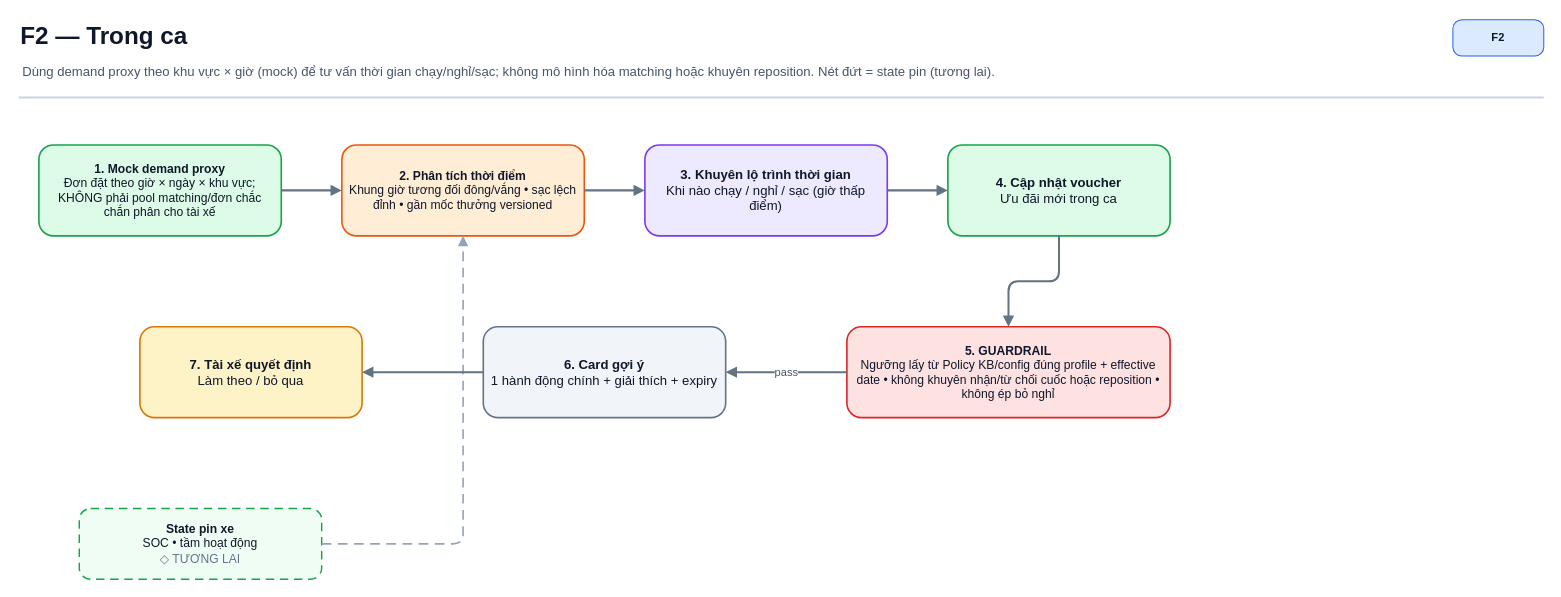
The draw.io diagram page "F2 — Trong ca" (6 of 8) of flow image/GSM_Driver_Income_AI_Agentv2.drawio in Itvc0110/GSM-Driver-Agent, before the edit. Source tidied: cells renumbered, new cells numbered last; positions are measured from the earlier drawing's top-left corner, leaving out a move shared by most shapes. Both pictures are drawn from the tidied source at 101%, with x=0, y=0 at pixel (18, 17).
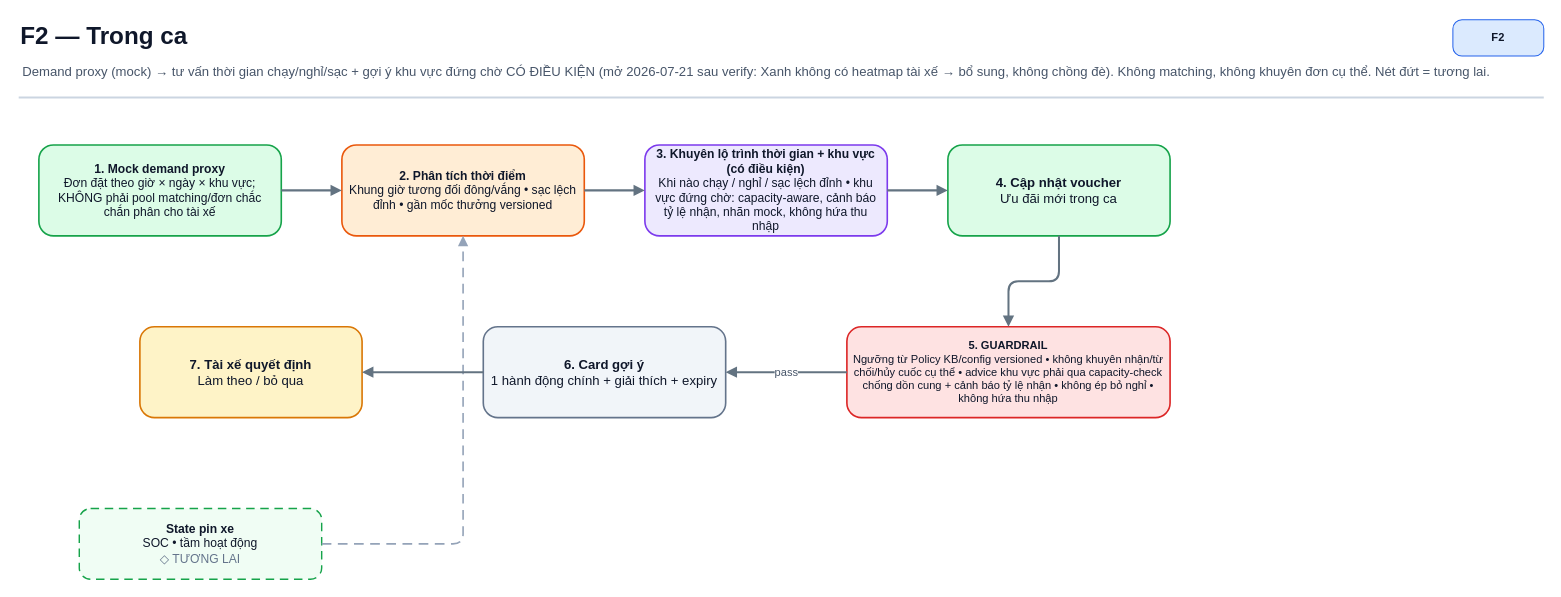
The same page after the edit.

What changed in the source:
```diff
@@
-    <mxCell id="3" value="Dùng demand proxy theo khu vực × giờ (mock) để tư vấn thời gian chạy/nghỉ/sạc; không mô hình hóa matching hoặc khuyên reposition. Nét đứt = state pin (tương lai)." style="text;html=1;align=left;verticalAlign=middle;whiteSpace=wrap;fontSize=13;fontColor=#475569;" parent="1" vertex="1">
-      <mxGeometry x="2" y="40" width="1340" height="26" as="geometry" />
+    <mxCell id="3" value="Demand proxy (mock) → tư vấn thời gian chạy/nghỉ/sạc + gợi ý khu vực đứng chờ CÓ ĐIỀU KIỆN (mở 2026-07-21 sau verify: Xanh không có heatmap tài xế → bổ sung, không chồng đè). Không matching, không khuyên đơn cụ thể. Nét đứt = tương lai." style="text;html=1;align=left;verticalAlign=middle;whiteSpace=wrap;fontSize=13;fontColor=#475569;" parent="1" vertex="1">
+      <mxGeometry x="2" y="40" width="1500" height="26" as="geometry" />
     </mxCell>
@@
-    <mxCell id="9" value="&lt;b&gt;3. Khuyên lộ trình thời gian&lt;/b&gt;&lt;br&gt;Khi nào chạy / nghỉ / sạc (giờ thấp điểm)" style="rounded=1;whiteSpace=wrap;html=1;align=center;verticalAlign=middle;fillColor=#EDE9FE;strokeColor=#7C3AED;strokeWidth=1.6;fontSize=13;fontColor=#0F172A;arcSize=16;spacing=6;" parent="1" vertex="1">
+    <mxCell id="9" value="&lt;b&gt;3. Khuyên lộ trình thời gian + khu vực (có điều kiện)&lt;/b&gt;&lt;br&gt;Khi nào chạy / nghỉ / sạc lệch đỉnh • khu vực đứng chờ: capacity-aware, cảnh báo tỷ lệ nhận, nhãn mock, không hứa thu nhập" style="rounded=1;whiteSpace=wrap;html=1;align=center;verticalAlign=middle;fillColor=#EDE9FE;strokeColor=#7C3AED;strokeWidth=1.6;fontSize=12;fontColor=#0F172A;arcSize=16;spacing=6;" parent="1" vertex="1">
       <mxGeometry x="620" y="126" width="240" height="90" as="geometry" />
     </mxCell>
@@
-    <mxCell id="11" value="&lt;b&gt;5. GUARDRAIL&lt;/b&gt;&lt;br&gt;Ngưỡng lấy từ Policy KB/config đúng profile + effective date • không khuyên nhận/từ chối cuốc hoặc reposition • không ép bỏ nghỉ" style="rounded=1;whiteSpace=wrap;html=1;align=center;verticalAlign=middle;fillColor=#FEE2E2;strokeColor=#DC2626;strokeWidth=1.6;fontSize=12;fontColor=#0F172A;arcSize=16;spacing=6;" parent="1" vertex="1">
+    <mxCell id="11" value="&lt;b&gt;5. GUARDRAIL&lt;/b&gt;&lt;br&gt;Ngưỡng từ Policy KB/config versioned • không khuyên nhận/từ chối/hủy cuốc cụ thể • advice khu vực phải qua capacity-check chống dồn cung + cảnh báo tỷ lệ nhận • không ép bỏ nghỉ • không hứa thu nhập" style="rounded=1;whiteSpace=wrap;html=1;align=center;verticalAlign=middle;fillColor=#FEE2E2;strokeColor=#DC2626;strokeWidth=1.6;fontSize=11;fontColor=#0F172A;arcSize=16;spacing=6;" parent="1" vertex="1">
       <mxGeometry x="820" y="306" width="320" height="90" as="geometry" />
     </mxCell>
```
